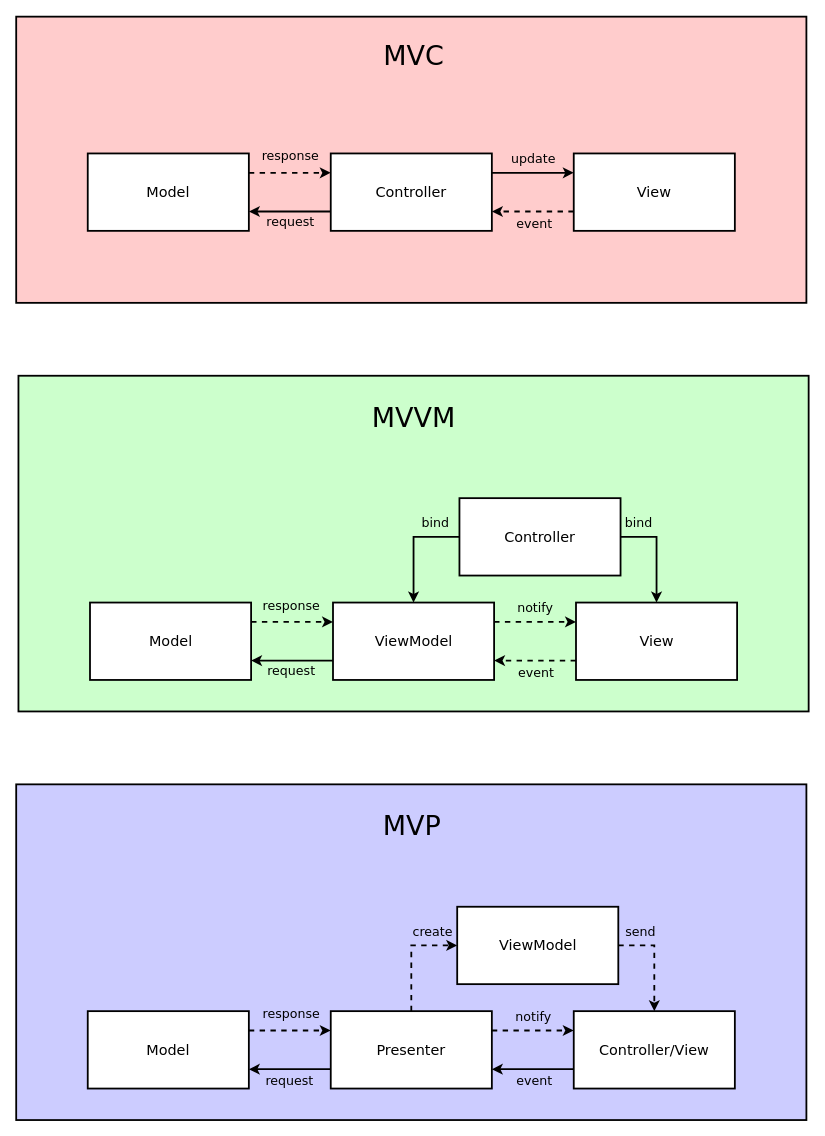
This is page "UI Design Patterns" (7 of 7) of diagrama.drawio from gaiveknopf/flutter_clean_code, a draw.io file, before an edit. Source tidied: cells renumbered, new cells numbered last; positions are measured from the earlier drawing's top-left corner, leaving out a move shared by most shapes. Both pictures are drawn from the tidied source at 90%, with x=0, y=0 at pixel (15, 16).
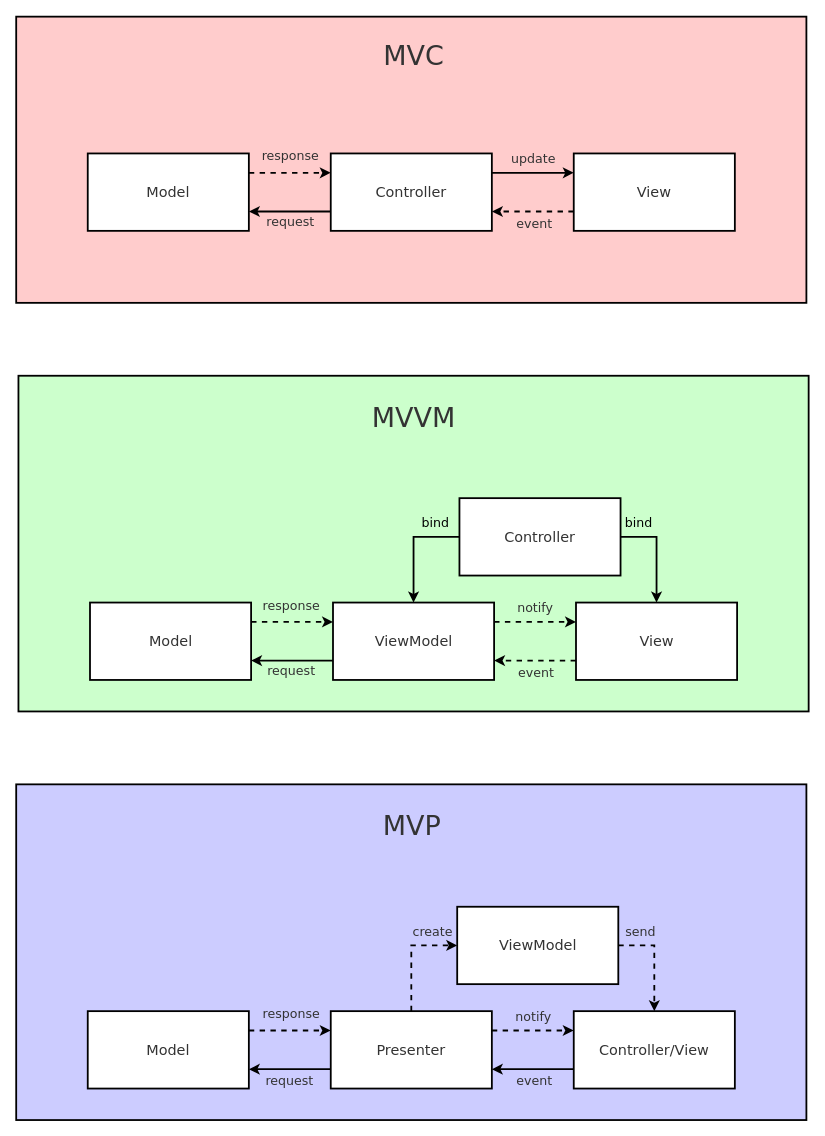
Above is the later version.

The change refers to these unchanged cells:
```xml
<mxCell id="6" style="edgeStyle=orthogonalEdgeStyle;rounded=0;jettySize=auto;html=1;exitX=0;exitY=0.75;exitDx=0;exitDy=0;entryX=1;entryY=0.75;entryDx=0;entryDy=0;strokeWidth=2;fontFamily=Verdana;fontSize=21;dashed=1;" parent="1" edge="1" source="3" target="5">
  <mxGeometry relative="1" as="geometry" />
</mxCell>
<mxCell id="19" style="edgeStyle=orthogonalEdgeStyle;rounded=0;jettySize=auto;html=1;exitX=0;exitY=0.75;exitDx=0;exitDy=0;entryX=1;entryY=0.75;entryDx=0;entryDy=0;strokeWidth=2;fontFamily=Verdana;fontSize=21;dashed=1;" parent="1" edge="1" source="16" target="18">
  <mxGeometry relative="1" as="geometry" />
</mxCell>
<mxCell id="37" style="edgeStyle=orthogonalEdgeStyle;rounded=0;jettySize=auto;html=1;exitX=0;exitY=0.75;exitDx=0;exitDy=0;entryX=1;entryY=0.75;entryDx=0;entryDy=0;strokeWidth=2;fontFamily=Verdana;fontSize=21;" parent="1" edge="1" source="34" target="36">
  <mxGeometry relative="1" as="geometry" />
</mxCell>
```

The edit, as a diff of the source:
```diff
@@
-    <mxCell id="3" value="View" style="rounded=0;whiteSpace=wrap;html=1;align=center;fontSize=16;fontFamily=Verdana;fillColor=#FFFFFF;strokeWidth=2;" parent="1" vertex="1">
+    <mxCell id="3" value="View" style="rounded=0;whiteSpace=wrap;html=1;align=center;fontSize=16;fontFamily=Verdana;fillColor=#FFFFFF;strokeWidth=2;fontColor=#333333;" parent="1" vertex="1">
       <mxGeometry x="620" y="152" width="179" height="86" as="geometry" />
     </mxCell>
@@
-    <mxCell id="5" value="Controller" style="rounded=0;whiteSpace=wrap;html=1;align=center;fontSize=16;fontFamily=Verdana;fillColor=#FFFFFF;strokeWidth=2;" parent="1" vertex="1">
+    <mxCell id="5" value="Controller" style="rounded=0;whiteSpace=wrap;html=1;align=center;fontSize=16;fontFamily=Verdana;fillColor=#FFFFFF;strokeWidth=2;fontColor=#333333;" parent="1" vertex="1">
       <mxGeometry x="350" y="152" width="179" height="86" as="geometry" />
     </mxCell>
@@
-    <mxCell id="7" value="event" style="edgeLabel;html=1;align=center;verticalAlign=middle;fontSize=14;fontFamily=Verdana;labelBackgroundColor=none;" parent="6" vertex="1">
+    <mxCell id="7" value="event" style="edgeLabel;html=1;align=center;verticalAlign=middle;fontSize=14;fontFamily=Verdana;labelBackgroundColor=none;fontColor=#333333;" parent="6" vertex="1">
       <mxGeometry x="0.1" y="1" relative="1" as="geometry">
         <mxPoint x="5" y="11.5" as="offset" />
       </mxGeometry>
     </mxCell>
@@
-    <mxCell id="9" value="Model" style="rounded=0;whiteSpace=wrap;html=1;align=center;fontSize=16;fontFamily=Verdana;fillColor=#FFFFFF;strokeWidth=2;" parent="1" vertex="1">
+    <mxCell id="9" value="Model" style="rounded=0;whiteSpace=wrap;html=1;align=center;fontSize=16;fontFamily=Verdana;fillColor=#FFFFFF;strokeWidth=2;fontColor=#333333;" parent="1" vertex="1">
       <mxGeometry x="80" y="152" width="179" height="86" as="geometry" />
     </mxCell>
@@
-    <mxCell id="11" value="update" style="edgeLabel;html=1;align=center;verticalAlign=middle;fontSize=14;fontFamily=Verdana;labelBackgroundColor=none;" parent="1" vertex="1">
+    <mxCell id="11" value="update" style="edgeLabel;html=1;align=center;verticalAlign=middle;fontSize=14;fontFamily=Verdana;labelBackgroundColor=none;fontColor=#333333;" parent="1" vertex="1">
       <mxGeometry x="587" y="232" as="geometry">
         <mxPoint x="-13" y="-75" as="offset" />
       </mxGeometry>
     </mxCell>
-    <mxCell id="12" value="request" style="edgeLabel;html=1;align=center;verticalAlign=middle;fontSize=14;fontFamily=Verdana;labelBackgroundColor=none;" parent="1" vertex="1">
+    <mxCell id="12" value="request" style="edgeLabel;html=1;align=center;verticalAlign=middle;fontSize=14;fontFamily=Verdana;labelBackgroundColor=none;fontColor=#333333;" parent="1" vertex="1">
       <mxGeometry x="580" y="232" as="geometry">
         <mxPoint x="-276" y="-5" as="offset" />
       </mxGeometry>
     </mxCell>
-    <mxCell id="13" value="response" style="edgeLabel;html=1;align=center;verticalAlign=middle;fontSize=14;fontFamily=Verdana;labelBackgroundColor=none;" parent="1" vertex="1">
+    <mxCell id="13" value="response" style="edgeLabel;html=1;align=center;verticalAlign=middle;fontSize=14;fontFamily=Verdana;labelBackgroundColor=none;fontColor=#333333;" parent="1" vertex="1">
       <mxGeometry x="580" y="159" as="geometry">
         <mxPoint x="-276" y="-5" as="offset" />
       </mxGeometry>
     </mxCell>
-    <mxCell id="14" value="MVC" style="text;html=1;align=center;verticalAlign=middle;fontSize=30;fontFamily=Verdana;" parent="1" vertex="1">
+    <mxCell id="14" value="MVC" style="text;html=1;align=center;verticalAlign=middle;fontSize=30;fontFamily=Verdana;fontColor=#333333;" parent="1" vertex="1">
       <mxGeometry x="403.5" y="23" width="77" height="40" as="geometry" />
     </mxCell>
@@
-    <mxCell id="16" value="View" style="rounded=0;whiteSpace=wrap;html=1;align=center;fontSize=16;fontFamily=Verdana;fillColor=#FFFFFF;strokeWidth=2;" parent="1" vertex="1">
+    <mxCell id="16" value="View" style="rounded=0;whiteSpace=wrap;html=1;align=center;fontSize=16;fontFamily=Verdana;fillColor=#FFFFFF;strokeWidth=2;fontColor=#333333;" parent="1" vertex="1">
       <mxGeometry x="622.5" y="651" width="179" height="86" as="geometry" />
     </mxCell>
@@
-    <mxCell id="18" value="ViewModel" style="rounded=0;whiteSpace=wrap;html=1;align=center;fontSize=16;fontFamily=Verdana;fillColor=#FFFFFF;strokeWidth=2;" parent="1" vertex="1">
+    <mxCell id="18" value="ViewModel" style="rounded=0;whiteSpace=wrap;html=1;align=center;fontSize=16;fontFamily=Verdana;fillColor=#FFFFFF;strokeWidth=2;fontColor=#333333;" parent="1" vertex="1">
       <mxGeometry x="352.5" y="651" width="179" height="86" as="geometry" />
     </mxCell>
@@
-    <mxCell id="20" value="event" style="edgeLabel;html=1;align=center;verticalAlign=middle;fontSize=14;fontFamily=Verdana;labelBackgroundColor=none;" parent="19" vertex="1">
+    <mxCell id="20" value="event" style="edgeLabel;html=1;align=center;verticalAlign=middle;fontSize=14;fontFamily=Verdana;labelBackgroundColor=none;fontColor=#333333;" parent="19" vertex="1">
       <mxGeometry x="0.1" y="1" relative="1" as="geometry">
         <mxPoint x="5" y="11.5" as="offset" />
       </mxGeometry>
     </mxCell>
@@
-    <mxCell id="22" value="Model" style="rounded=0;whiteSpace=wrap;html=1;align=center;fontSize=16;fontFamily=Verdana;fillColor=#FFFFFF;strokeWidth=2;" parent="1" vertex="1">
+    <mxCell id="22" value="Model" style="rounded=0;whiteSpace=wrap;html=1;align=center;fontSize=16;fontFamily=Verdana;fillColor=#FFFFFF;strokeWidth=2;fontColor=#333333;" parent="1" vertex="1">
       <mxGeometry x="82.5" y="651" width="179" height="86" as="geometry" />
     </mxCell>
@@
-    <mxCell id="24" value="notify" style="edgeLabel;html=1;align=center;verticalAlign=middle;fontSize=14;fontFamily=Verdana;labelBackgroundColor=none;" parent="1" vertex="1">
+    <mxCell id="24" value="notify" style="edgeLabel;html=1;align=center;verticalAlign=middle;fontSize=14;fontFamily=Verdana;labelBackgroundColor=none;fontColor=#333333;" parent="1" vertex="1">
       <mxGeometry x="589.5" y="731" as="geometry">
         <mxPoint x="-13" y="-75" as="offset" />
       </mxGeometry>
     </mxCell>
-    <mxCell id="25" value="request" style="edgeLabel;html=1;align=center;verticalAlign=middle;fontSize=14;fontFamily=Verdana;labelBackgroundColor=none;" parent="1" vertex="1">
+    <mxCell id="25" value="request" style="edgeLabel;html=1;align=center;verticalAlign=middle;fontSize=14;fontFamily=Verdana;labelBackgroundColor=none;fontColor=#333333;" parent="1" vertex="1">
       <mxGeometry x="589.5" y="729" as="geometry">
         <mxPoint x="-284" y="-3" as="offset" />
       </mxGeometry>
     </mxCell>
-    <mxCell id="26" value="response" style="edgeLabel;html=1;align=center;verticalAlign=middle;fontSize=14;fontFamily=Verdana;labelBackgroundColor=none;" parent="1" vertex="1">
+    <mxCell id="26" value="response" style="edgeLabel;html=1;align=center;verticalAlign=middle;fontSize=14;fontFamily=Verdana;labelBackgroundColor=none;fontColor=#333333;" parent="1" vertex="1">
       <mxGeometry x="589.5" y="659" as="geometry">
         <mxPoint x="-284" y="-5" as="offset" />
       </mxGeometry>
     </mxCell>
-    <mxCell id="27" value="MVVM" style="text;html=1;align=center;verticalAlign=middle;fontSize=30;fontFamily=Verdana;" parent="1" vertex="1">
+    <mxCell id="27" value="MVVM" style="text;html=1;align=center;verticalAlign=middle;fontSize=30;fontFamily=Verdana;fontColor=#333333;" parent="1" vertex="1">
       <mxGeometry x="391" y="425" width="102" height="40" as="geometry" />
     </mxCell>
@@
-    <mxCell id="30" value="Controller" style="rounded=0;whiteSpace=wrap;html=1;align=center;fontSize=16;fontFamily=Verdana;fillColor=#FFFFFF;strokeWidth=2;" parent="1" vertex="1">
+    <mxCell id="30" value="Controller" style="rounded=0;whiteSpace=wrap;html=1;align=center;fontSize=16;fontFamily=Verdana;fillColor=#FFFFFF;strokeWidth=2;fontColor=#333333;" parent="1" vertex="1">
       <mxGeometry x="493" y="535" width="179" height="86" as="geometry" />
     </mxCell>
@@
-    <mxCell id="34" value="Controller/View" style="rounded=0;whiteSpace=wrap;html=1;align=center;fontSize=16;fontFamily=Verdana;fillColor=#FFFFFF;strokeWidth=2;" parent="1" vertex="1">
+    <mxCell id="34" value="Controller/View" style="rounded=0;whiteSpace=wrap;html=1;align=center;fontSize=16;fontFamily=Verdana;fillColor=#FFFFFF;strokeWidth=2;fontColor=#333333;" parent="1" vertex="1">
       <mxGeometry x="620" y="1105" width="179" height="86" as="geometry" />
     </mxCell>
@@
-    <mxCell id="36" value="Presenter" style="rounded=0;whiteSpace=wrap;html=1;align=center;fontSize=16;fontFamily=Verdana;fillColor=#FFFFFF;strokeWidth=2;" parent="1" vertex="1">
+    <mxCell id="36" value="Presenter" style="rounded=0;whiteSpace=wrap;html=1;align=center;fontSize=16;fontFamily=Verdana;fillColor=#FFFFFF;strokeWidth=2;fontColor=#333333;" parent="1" vertex="1">
       <mxGeometry x="350" y="1105" width="179" height="86" as="geometry" />
     </mxCell>
@@
-    <mxCell id="38" value="event" style="edgeLabel;html=1;align=center;verticalAlign=middle;fontSize=14;fontFamily=Verdana;labelBackgroundColor=none;" parent="37" vertex="1">
+    <mxCell id="38" value="event" style="edgeLabel;html=1;align=center;verticalAlign=middle;fontSize=14;fontFamily=Verdana;labelBackgroundColor=none;fontColor=#333333;" parent="37" vertex="1">
       <mxGeometry x="0.1" y="1" relative="1" as="geometry">
         <mxPoint x="5" y="11.5" as="offset" />
       </mxGeometry>
     </mxCell>
@@
-    <mxCell id="40" value="Model" style="rounded=0;whiteSpace=wrap;html=1;align=center;fontSize=16;fontFamily=Verdana;fillColor=#FFFFFF;strokeWidth=2;" parent="1" vertex="1">
+    <mxCell id="40" value="Model" style="rounded=0;whiteSpace=wrap;html=1;align=center;fontSize=16;fontFamily=Verdana;fillColor=#FFFFFF;strokeWidth=2;fontColor=#333333;" parent="1" vertex="1">
       <mxGeometry x="80" y="1105" width="179" height="86" as="geometry" />
     </mxCell>
@@
-    <mxCell id="42" value="request" style="edgeLabel;html=1;align=center;verticalAlign=middle;fontSize=14;fontFamily=Verdana;labelBackgroundColor=none;" parent="1" vertex="1">
+    <mxCell id="42" value="request" style="edgeLabel;html=1;align=center;verticalAlign=middle;fontSize=14;fontFamily=Verdana;labelBackgroundColor=none;fontColor=#333333;" parent="1" vertex="1">
       <mxGeometry x="587" y="1185" as="geometry">
         <mxPoint x="-284" y="-3" as="offset" />
       </mxGeometry>
     </mxCell>
-    <mxCell id="43" value="response" style="edgeLabel;html=1;align=center;verticalAlign=middle;fontSize=14;fontFamily=Verdana;labelBackgroundColor=none;" parent="1" vertex="1">
+    <mxCell id="43" value="response" style="edgeLabel;html=1;align=center;verticalAlign=middle;fontSize=14;fontFamily=Verdana;labelBackgroundColor=none;fontColor=#333333;" parent="1" vertex="1">
       <mxGeometry x="589.5" y="1112" as="geometry">
         <mxPoint x="-284" y="-5" as="offset" />
       </mxGeometry>
     </mxCell>
-    <mxCell id="44" value="MVP" style="text;html=1;align=center;verticalAlign=middle;fontSize=30;fontFamily=Verdana;" parent="1" vertex="1">
+    <mxCell id="44" value="MVP" style="text;html=1;align=center;verticalAlign=middle;fontSize=30;fontFamily=Verdana;fontColor=#333333;" parent="1" vertex="1">
       <mxGeometry x="402.5" y="879" width="74" height="40" as="geometry" />
     </mxCell>
@@
-    <mxCell id="47" value="ViewModel" style="rounded=0;whiteSpace=wrap;html=1;align=center;fontSize=16;fontFamily=Verdana;fillColor=#FFFFFF;strokeWidth=2;" parent="1" vertex="1">
+    <mxCell id="47" value="ViewModel" style="rounded=0;whiteSpace=wrap;html=1;align=center;fontSize=16;fontFamily=Verdana;fillColor=#FFFFFF;strokeWidth=2;fontColor=#333333;" parent="1" vertex="1">
       <mxGeometry x="490.5" y="989" width="179" height="86" as="geometry" />
     </mxCell>
-    <mxCell id="48" value="create" style="edgeLabel;html=1;align=center;verticalAlign=middle;fontSize=14;fontFamily=Verdana;labelBackgroundColor=none;" parent="1" vertex="1">
+    <mxCell id="48" value="create" style="edgeLabel;html=1;align=center;verticalAlign=middle;fontSize=14;fontFamily=Verdana;labelBackgroundColor=none;fontColor=#333333;" parent="1" vertex="1">
       <mxGeometry x="475.5" y="1091" as="geometry">
         <mxPoint x="-13" y="-75" as="offset" />
       </mxGeometry>
     </mxCell>
-    <mxCell id="49" value="send" style="edgeLabel;html=1;align=center;verticalAlign=middle;fontSize=14;fontFamily=Verdana;labelBackgroundColor=none;" parent="1" vertex="1">
+    <mxCell id="49" value="send" style="edgeLabel;html=1;align=center;verticalAlign=middle;fontSize=14;fontFamily=Verdana;labelBackgroundColor=none;fontColor=#333333;" parent="1" vertex="1">
       <mxGeometry x="706" y="1091" as="geometry">
         <mxPoint x="-13" y="-75" as="offset" />
       </mxGeometry>
     </mxCell>
-    <mxCell id="50" value="notify" style="edgeLabel;html=1;align=center;verticalAlign=middle;fontSize=14;fontFamily=Verdana;labelBackgroundColor=none;" parent="1" vertex="1">
+    <mxCell id="50" value="notify" style="edgeLabel;html=1;align=center;verticalAlign=middle;fontSize=14;fontFamily=Verdana;labelBackgroundColor=none;fontColor=#333333;" parent="1" vertex="1">
       <mxGeometry x="587" y="1185" as="geometry">
         <mxPoint x="-13" y="-75" as="offset" />
       </mxGeometry>
     </mxCell>
```
